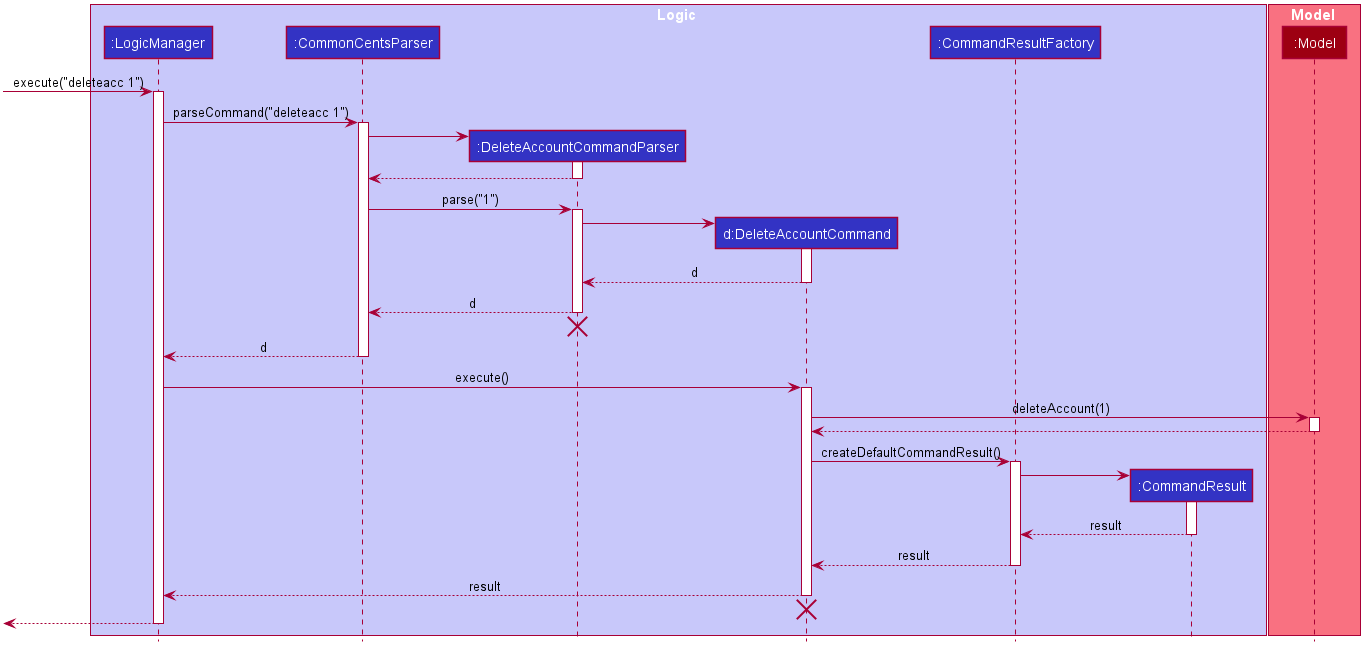
nus-cs2103-AY2021S1/tp keeps this PlantUML diagram as docs/images/DeleteSequenceDiagram.png. Above is the earlier version.
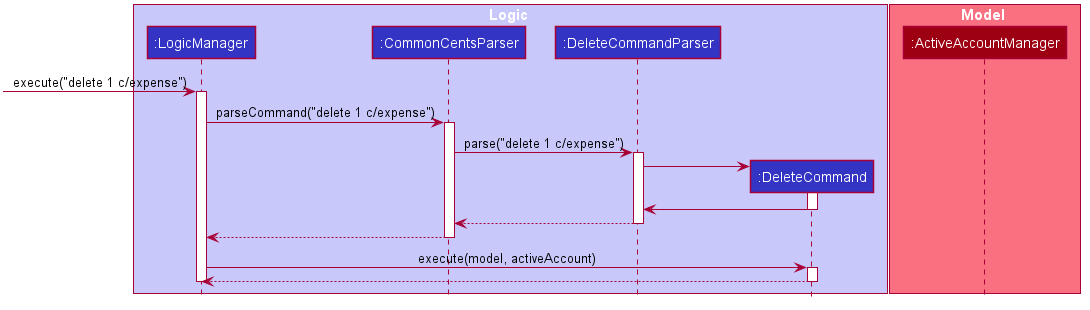
After the change.

Change to the diagram source:
```diff
@@ -52,74 +52,41 @@
 box Logic #C8C8FA
 participant ":LogicManager" as LogicManager #3333C4
 participant ":CommonCentsParser" as CommonCentsParser #3333C4
-participant ":DeleteAccountCommandParser" as DeleteAccountCommandParser #3333C4
-participant "d:DeleteAccountCommand" as DeleteAccountCommand #3333C4
-participant ":CommandResultFactory" as CommandResultFactory #3333C4
-participant ":CommandResult" as CommandResult #3333C4
+participant ":DeleteCommandParser" as DeleteCommandParser #3333C4
+participant ":DeleteCommand" as DeleteCommand #3333C4
 end box
 
 box Model #F97181
-participant ":Model" as Model #9D0012
+participant ":ActiveAccountManager" as ActiveAccount #9D0012
 end box
 
-[-> LogicManager : execute("deleteacc 1")
+[-> LogicManager : execute("delete 1 c/expense")
 activate LogicManager
 
-LogicManager -> CommonCentsParser : parseCommand("deleteacc 1")
+LogicManager -> CommonCentsParser: parseCommand("delete 1 c/expense")
 activate CommonCentsParser
 
-create DeleteAccountCommandParser
-CommonCentsParser -> DeleteAccountCommandParser
-activate DeleteAccountCommandParser
+CommonCentsParser -> DeleteCommandParser: parse("delete 1 c/expense")
+activate DeleteCommandParser
 
-DeleteAccountCommandParser --> CommonCentsParser
-deactivate DeleteAccountCommandParser
+create DeleteCommand
+DeleteCommandParser -> DeleteCommand
+activate DeleteCommand
 
-CommonCentsParser -> DeleteAccountCommandParser : parse("1")
-activate DeleteAccountCommandParser
+DeleteCommand -> DeleteCommandParser
+deactivate DeleteCommand
 
-create DeleteAccountCommand
-DeleteAccountCommandParser -> DeleteAccountCommand
-activate DeleteAccountCommand
+DeleteCommandParser --> CommonCentsParser
+deactivate DeleteCommandParser
 
-DeleteAccountCommand --> DeleteAccountCommandParser : d
-deactivate DeleteAccountCommand
-
-DeleteAccountCommandParser --> CommonCentsParser : d
-deactivate DeleteAccountCommandParser
-DeleteAccountCommandParser -[hidden]-> CommonCentsParser
-destroy DeleteAccountCommandParser
-
-CommonCentsParser --> LogicManager : d
+CommonCentsParser --> LogicManager
 deactivate CommonCentsParser
 
-LogicManager -> DeleteAccountCommand : execute()
-activate DeleteAccountCommand
+LogicManager -> DeleteCommand: execute(model, activeAccount)
+activate DeleteCommand
 
-DeleteAccountCommand -> Model : deleteAccount(1)
-activate Model
+DeleteCommand --> LogicManager
+deactivate DeleteCommand
 
-Model --> DeleteAccountCommand
-deactivate Model
-
-DeleteAccountCommand -> CommandResultFactory : createDefaultCommandResult()
-activate CommandResultFactory
-
-create CommandResult
-CommandResultFactory -> CommandResult
-activate CommandResult
-
-CommandResult --> CommandResultFactory : result
-deactivate CommandResult
-
-CommandResultFactory --> DeleteAccountCommand : result
-deactivate CommandResultFactory
-
-DeleteAccountCommand --> LogicManager : result
-deactivate DeleteAccountCommand
-DeleteAccountCommand -[hidden]-> LogicManager
-destroy DeleteAccountCommand
-
-[<--LogicManager
 deactivate LogicManager
 @enduml
```
